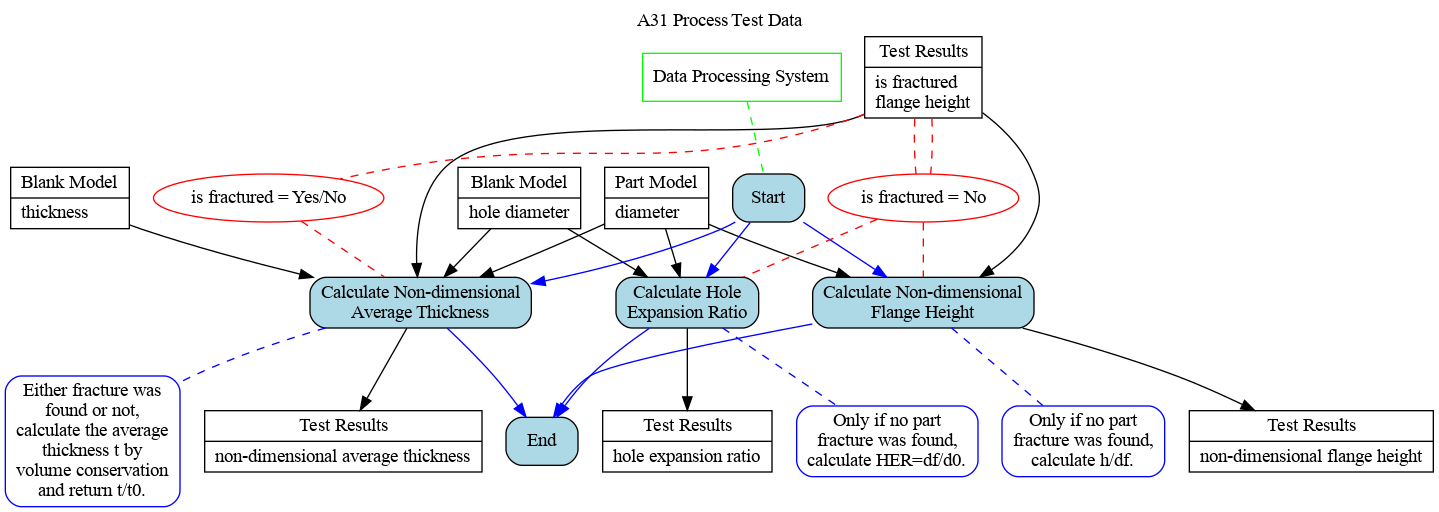
Above: Ontology_Layer/Behaviour_Model/07_A31.gv.png in ModelsforManufacturing/hole-flanging-by-SPIF-in-a-single-stage (Graphviz), before the change. Its source is kept beside it as Ontology_Layer/Behaviour_Model/07_A31.gv. Its diagram source:
```dot
digraph behaviourmodel {

labelloc="t"
label="A31 Process Test Data"

node [shape=record, style=filled, fillcolor=white, color=black]
t0 [label="{Blank Model|thickness\l}"];
d0 [label="{Blank Model|hole diameter\l}"];
part [label="{Part Model|diameter\l}"];
h [label="{Test Results|is fractured\lflange height\l}"];
her [label="{Test Results|hole expansion ratio\l}"];
h_df [label="{Test Results|non-dimensional flange height\l}"];
t_t0 [label="{Test Results|non-dimensional average thickness\l}"];

node [shape=box, style=filled, fillcolor=white, color=green]
m1 [label="Data Processing System"]

node [shape=box, style="filled, rounded", fillcolor=lightblue, color=black]
Start
t1 [label="Calculate Hole\nExpansion Ratio"]
t2 [label="Calculate Non-dimensional\nFlange Height"]
t3 [label="Calculate Non-dimensional\nAverage Thickness"]
End

node [shape=box, style="filled, rounded", fillcolor=white, color=blue]
r1 [label="Only if no part\nfracture was found,\ncalculate HER=df/d0."]
r2 [label="Only if no part\nfracture was found,\ncalculate h/df."]
r3 [label="Either fracture was\nfound or not,\ncalculate the average\nthickness t by\nvolume conservation\nand return t/t0."]

edge [dir=none, color=blue, style=dashed]
t1 -> r1
t2 -> r2
t3 -> r3

edge [dir=forward, color=blue, fontcolor=blue, style=solid]
Start -> {t1, t2, t3} -> End

edge [dir=none, color=green, style=dashed]
m1 -> Start

edge [dir=forward, color=black, fontcolor=black, style=solid]
{d0, part} -> t1 -> her
{part, h} -> t2 -> h_df
{d0, t0, part, h} -> t3 -> t_t0

node [shape=ellipse, style=filled, fillcolor=white, color=red]
c1 [label="is fractured = No"]
c2 [label="is fractured = Yes/No"]

edge [dir=none, color=red, style=dashed]
h -> c1 -> t1
h -> c1 -> t2
h -> c2 -> t3

}
```
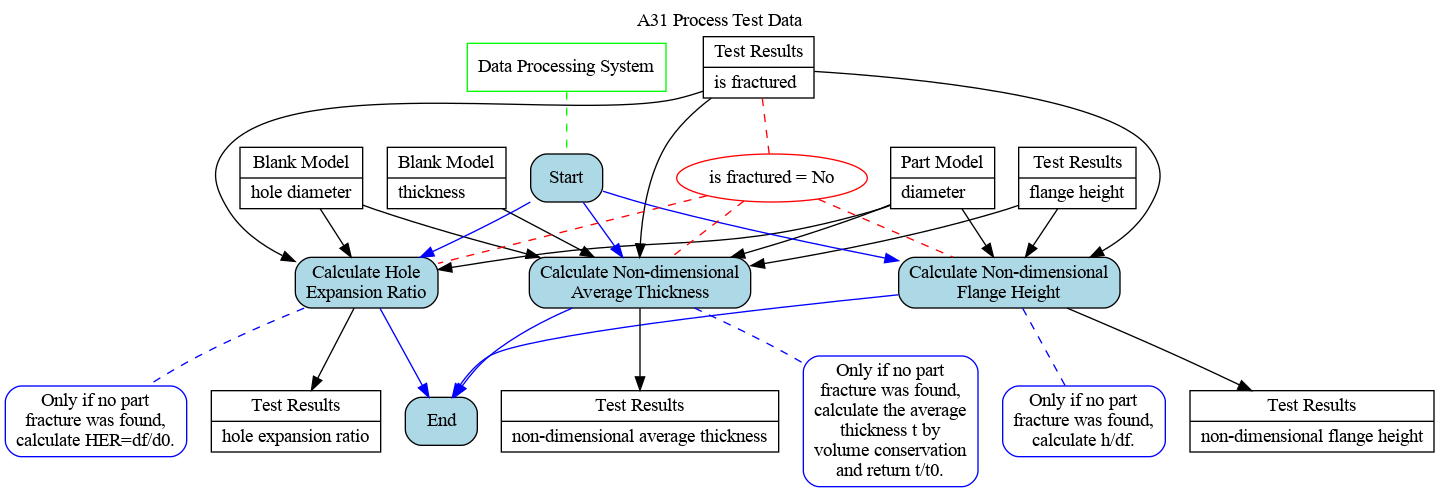
Later version of the same file.

Diff of the diagram source:
```diff
@@ -7,7 +7,8 @@
 t0 [label="{Blank Model|thickness\l}"];
 d0 [label="{Blank Model|hole diameter\l}"];
 part [label="{Part Model|diameter\l}"];
-h [label="{Test Results|is fractured\lflange height\l}"];
+h [label="{Test Results|flange height\l}"];
+frac [label="{Test Results|is fractured\l}"];
 her [label="{Test Results|hole expansion ratio\l}"];
 h_df [label="{Test Results|non-dimensional flange height\l}"];
 t_t0 [label="{Test Results|non-dimensional average thickness\l}"];
@@ -25,7 +26,7 @@
 node [shape=box, style="filled, rounded", fillcolor=white, color=blue]
 r1 [label="Only if no part\nfracture was found,\ncalculate HER=df/d0."]
 r2 [label="Only if no part\nfracture was found,\ncalculate h/df."]
-r3 [label="Either fracture was\nfound or not,\ncalculate the average\nthickness t by\nvolume conservation\nand return t/t0."]
+r3 [label="Only if no part\nfracture was found,\ncalculate the average\nthickness t by\nvolume conservation\nand return t/t0."]
 
 edge [dir=none, color=blue, style=dashed]
 t1 -> r1
@@ -39,17 +40,14 @@
 m1 -> Start
 
 edge [dir=forward, color=black, fontcolor=black, style=solid]
-{d0, part} -> t1 -> her
-{part, h} -> t2 -> h_df
-{d0, t0, part, h} -> t3 -> t_t0
+{d0, part, frac} -> t1 -> her
+{part, frac, h} -> t2 -> h_df
+{d0, t0, part, frac, h} -> t3 -> t_t0
 
 node [shape=ellipse, style=filled, fillcolor=white, color=red]
 c1 [label="is fractured = No"]
-c2 [label="is fractured = Yes/No"]
 
 edge [dir=none, color=red, style=dashed]
-h -> c1 -> t1
-h -> c1 -> t2
-h -> c2 -> t3
+frac -> c1 -> {t1, t2, t3}
 
 }
```
